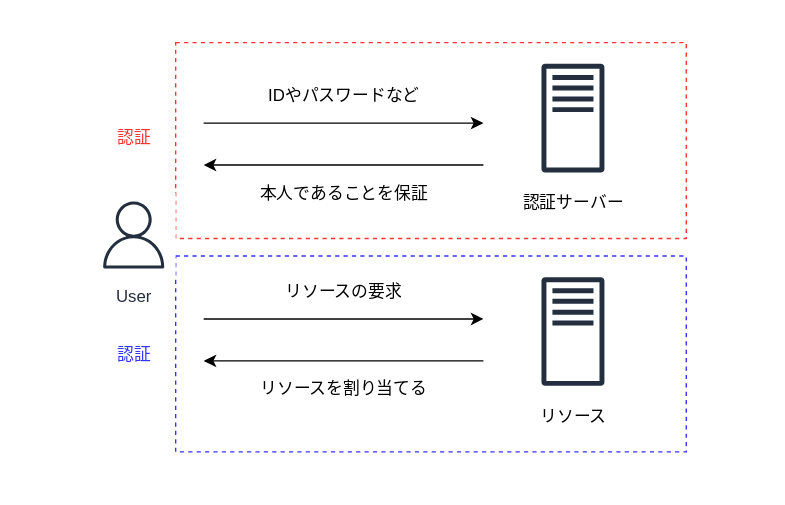
Above: cloud_computing/46_IAM/task_1/assets/auth.drawio.svg in shimopino/praha-challenges (draw.io), before the change. Source tidied: cells renumbered, new cells last; positions are measured from the earlier drawing's top-left corner, leaving out a move shared by most shapes. Source of this version:
```xml
<mxGraphModel>
  <root>
    <mxCell id="0" />
    <mxCell id="1" parent="0" />
    <mxCell id="2" style="rounded=0;whiteSpace=wrap;html=1;strokeColor=none;" parent="1" vertex="1">
      <mxGeometry width="560" height="360" as="geometry" />
    </mxCell>
    <mxCell id="3" style="rounded=0;whiteSpace=wrap;html=1;dashed=1;fillColor=none;strokeColor=#3333FF;" parent="1" vertex="1">
      <mxGeometry x="125" y="182.5" width="365" height="140" as="geometry" />
    </mxCell>
    <mxCell id="4" style="rounded=0;whiteSpace=wrap;html=1;dashed=1;fillColor=none;strokeColor=#FF3333;" parent="1" vertex="1">
      <mxGeometry x="125" y="30" width="365" height="140" as="geometry" />
    </mxCell>
    <mxCell id="5" style="edgeStyle=none;html=1;" parent="1" edge="1">
      <mxGeometry relative="1" as="geometry">
        <mxPoint x="145" y="87.5" as="sourcePoint" />
        <mxPoint x="345" y="87.5" as="targetPoint" />
      </mxGeometry>
    </mxCell>
    <mxCell id="6" value="User" style="fontColor=#232F3E;gradientColor=none;strokeColor=#232F3E;fillColor=#ffffff;dashed=0;verticalLabelPosition=bottom;verticalAlign=top;align=center;html=1;fontSize=12;fontStyle=0;shape=mxgraph.aws4.resourceIcon;resIcon=mxgraph.aws4.user;" parent="1" vertex="1">
      <mxGeometry x="65" y="137.5" width="60" height="60" as="geometry" />
    </mxCell>
    <mxCell id="7" style="group;" parent="1" vertex="1">
      <mxGeometry x="374" y="197.5" width="70" height="110" as="geometry" />
    </mxCell>
    <mxCell id="8" style="fontColor=#232F3E;gradientColor=none;fillColor=#232F3E;strokeColor=none;dashed=0;verticalLabelPosition=bottom;verticalAlign=top;align=center;html=1;fontSize=12;fontStyle=0;shape=mxgraph.aws4.traditional_server;" parent="7" vertex="1">
      <mxGeometry x="12.5" width="45" height="78" as="geometry" />
    </mxCell>
    <mxCell id="9" value="リソース" style="text;html=1;align=center;verticalAlign=middle;strokeColor=none;" parent="7" vertex="1">
      <mxGeometry x="5" y="90" width="60" height="20" as="geometry" />
    </mxCell>
    <mxCell id="10" value="IDやパスワードなど" style="text;html=1;align=center;verticalAlign=middle;strokeColor=none;" parent="1" vertex="1">
      <mxGeometry x="185" y="57.5" width="120" height="20" as="geometry" />
    </mxCell>
    <mxCell id="11" style="edgeStyle=none;html=1;" parent="1" edge="1">
      <mxGeometry relative="1" as="geometry">
        <mxPoint x="345" y="117.5" as="sourcePoint" />
        <mxPoint x="145" y="117.5" as="targetPoint" />
      </mxGeometry>
    </mxCell>
    <mxCell id="12" value="本人であることを保証" style="text;html=1;align=center;verticalAlign=middle;strokeColor=none;" parent="1" vertex="1">
      <mxGeometry x="175" y="127.5" width="140" height="20" as="geometry" />
    </mxCell>
    <mxCell id="13" style="edgeStyle=none;html=1;" parent="1" edge="1">
      <mxGeometry relative="1" as="geometry">
        <mxPoint x="145" y="227.5" as="sourcePoint" />
        <mxPoint x="345" y="227.5" as="targetPoint" />
      </mxGeometry>
    </mxCell>
    <mxCell id="14" value="リソースの要求" style="text;html=1;align=center;verticalAlign=middle;strokeColor=none;" parent="1" vertex="1">
      <mxGeometry x="195" y="197.5" width="100" height="20" as="geometry" />
    </mxCell>
    <mxCell id="15" style="edgeStyle=none;html=1;" parent="1" edge="1">
      <mxGeometry relative="1" as="geometry">
        <mxPoint x="345" y="257.5" as="sourcePoint" />
        <mxPoint x="145" y="257.5" as="targetPoint" />
      </mxGeometry>
    </mxCell>
    <mxCell id="16" value="リソースを割り当てる" style="text;html=1;align=center;verticalAlign=middle;strokeColor=none;" parent="1" vertex="1">
      <mxGeometry x="180" y="267.5" width="130" height="20" as="geometry" />
    </mxCell>
    <mxCell id="17" value="認証" style="text;html=1;align=center;verticalAlign=middle;strokeColor=none;fontColor=#FF3333;" parent="1" vertex="1">
      <mxGeometry x="75" y="87.5" width="40" height="20" as="geometry" />
    </mxCell>
    <mxCell id="18" value="認証" style="text;html=1;align=center;verticalAlign=middle;strokeColor=none;fontColor=#3333FF;" parent="1" vertex="1">
      <mxGeometry x="75" y="242.5" width="40" height="20" as="geometry" />
    </mxCell>
    <mxCell id="19" style="group;" parent="1" vertex="1">
      <mxGeometry x="374" y="45" width="80" height="110" as="geometry" />
    </mxCell>
    <mxCell id="20" style="fontColor=#232F3E;gradientColor=none;fillColor=#232F3E;strokeColor=none;dashed=0;verticalLabelPosition=bottom;verticalAlign=top;align=center;html=1;fontSize=12;fontStyle=0;shape=mxgraph.aws4.traditional_server;" parent="19" vertex="1">
      <mxGeometry x="12.5" width="45" height="78" as="geometry" />
    </mxCell>
    <mxCell id="21" value="認証サーバー" style="text;html=1;align=center;verticalAlign=middle;strokeColor=none;" parent="19" vertex="1">
      <mxGeometry x="-10" y="90" width="90" height="20" as="geometry" />
    </mxCell>
  </root>
</mxGraphModel>
```
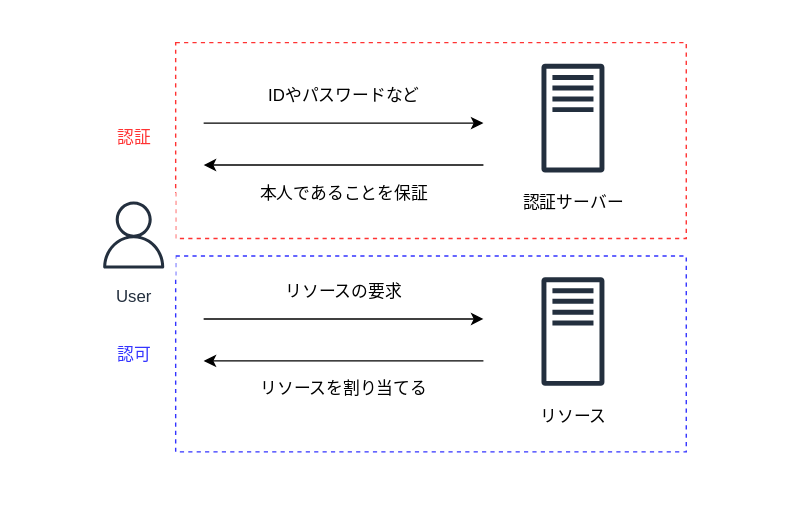
After the change.

Commit message:
fix: 認証と認可の言葉を間違えていたので修正 #131

Change to the diagram source:
```diff
@@ -62,7 +62,7 @@
     <mxCell id="17" value="認証" style="text;html=1;align=center;verticalAlign=middle;strokeColor=none;fontColor=#FF3333;" parent="1" vertex="1">
       <mxGeometry x="75" y="87.5" width="40" height="20" as="geometry" />
     </mxCell>
-    <mxCell id="18" value="認証" style="text;html=1;align=center;verticalAlign=middle;strokeColor=none;fontColor=#3333FF;" parent="1" vertex="1">
+    <mxCell id="18" value="認可" style="text;html=1;align=center;verticalAlign=middle;strokeColor=none;fontColor=#3333FF;" parent="1" vertex="1">
       <mxGeometry x="75" y="242.5" width="40" height="20" as="geometry" />
     </mxCell>
     <mxCell id="19" style="group;" parent="1" vertex="1">
```
